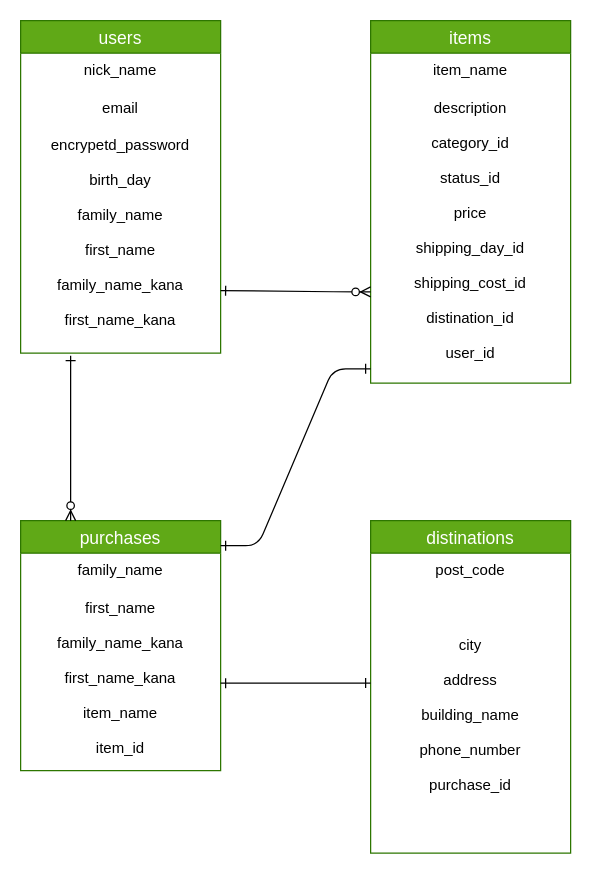
The draw.io diagram furima-34984.dio in ippei-yamamura/furima-34984, before the edit. Source tidied: cells renumbered, new cells numbered last; positions are measured from the earlier drawing's top-left corner, leaving out a move shared by most shapes. Both pictures are drawn from the tidied source at 125%, with x=0, y=0 at pixel (20, 20).
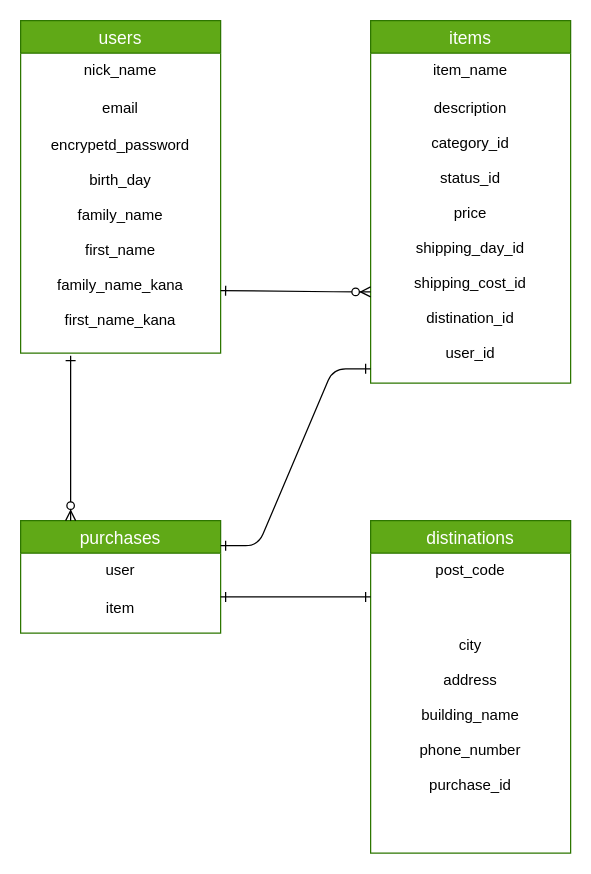
The same page after the edit.

Commit message (it also covers changes not shown here):
ER図、READMEの再修正

Unchanged cells that the change refers to:
```xml
<mxCell id="5" value="city&#10;&#10;address&#10;&#10;building_name&#10;&#10;phone_number&#10;&#10;purchase_id" style="text;strokeColor=none;fillColor=none;spacingLeft=4;spacingRight=4;overflow=hidden;points=[[0,0.5],[1,0.5]];portConstraint=eastwest;fontSize=12;align=center;" parent="2" vertex="1">
  <mxGeometry y="86" width="160" height="180" as="geometry" />
</mxCell>
```

What changed in the source:
```diff
@@
     <mxCell id="13" value="purchases" style="swimlane;fontStyle=0;horizontal=1;startSize=26;align=center;fontSize=14;fillColor=#60a917;strokeColor=#2D7600;fontColor=#ffffff;" parent="1" vertex="1">
-      <mxGeometry y="400" width="160" height="200" as="geometry" />
+      <mxGeometry y="400" width="160" height="90" as="geometry" />
     </mxCell>
-    <mxCell id="14" value="family_name" style="text;strokeColor=none;fillColor=none;spacingLeft=4;spacingRight=4;overflow=hidden;fontSize=12;align=center;" parent="13" vertex="1">
+    <mxCell id="14" value="user" style="text;strokeColor=none;fillColor=none;spacingLeft=4;spacingRight=4;overflow=hidden;fontSize=12;align=center;" parent="13" vertex="1">
       <mxGeometry y="26" width="160" height="30" as="geometry" />
     </mxCell>
-    <mxCell id="15" value="first_name&#10;&#10;family_name_kana&#10;&#10;first_name_kana&#10;&#10;item_name&#10;&#10;item_id&#10;" style="text;strokeColor=none;fillColor=none;spacingLeft=4;spacingRight=4;overflow=hidden;fontSize=12;align=center;" parent="13" vertex="1">
-      <mxGeometry y="56" width="160" height="144" as="geometry" />
+    <mxCell id="15" value="item" style="text;strokeColor=none;fillColor=none;spacingLeft=4;spacingRight=4;overflow=hidden;fontSize=12;align=center;" parent="13" vertex="1">
+      <mxGeometry y="56" width="160" height="34" as="geometry" />
     </mxCell>
@@
-    <mxCell id="19" style="fontSize=12;html=1;endArrow=ERone;endFill=1;fontColor=#FFFFFF;entryX=0;entryY=0.244;entryDx=0;entryDy=0;entryPerimeter=0;startArrow=ERone;startFill=0;" parent="1" edge="1" target="5">
+    <mxCell id="19" style="fontSize=12;html=1;endArrow=ERone;endFill=1;fontColor=#FFFFFF;startArrow=ERone;startFill=0;" parent="1" edge="1">
       <mxGeometry relative="1" as="geometry">
-        <mxPoint x="160" y="530" as="sourcePoint" />
+        <mxPoint x="160" y="461" as="sourcePoint" />
+        <mxPoint x="280" y="461" as="targetPoint" />
       </mxGeometry>
     </mxCell>
```
